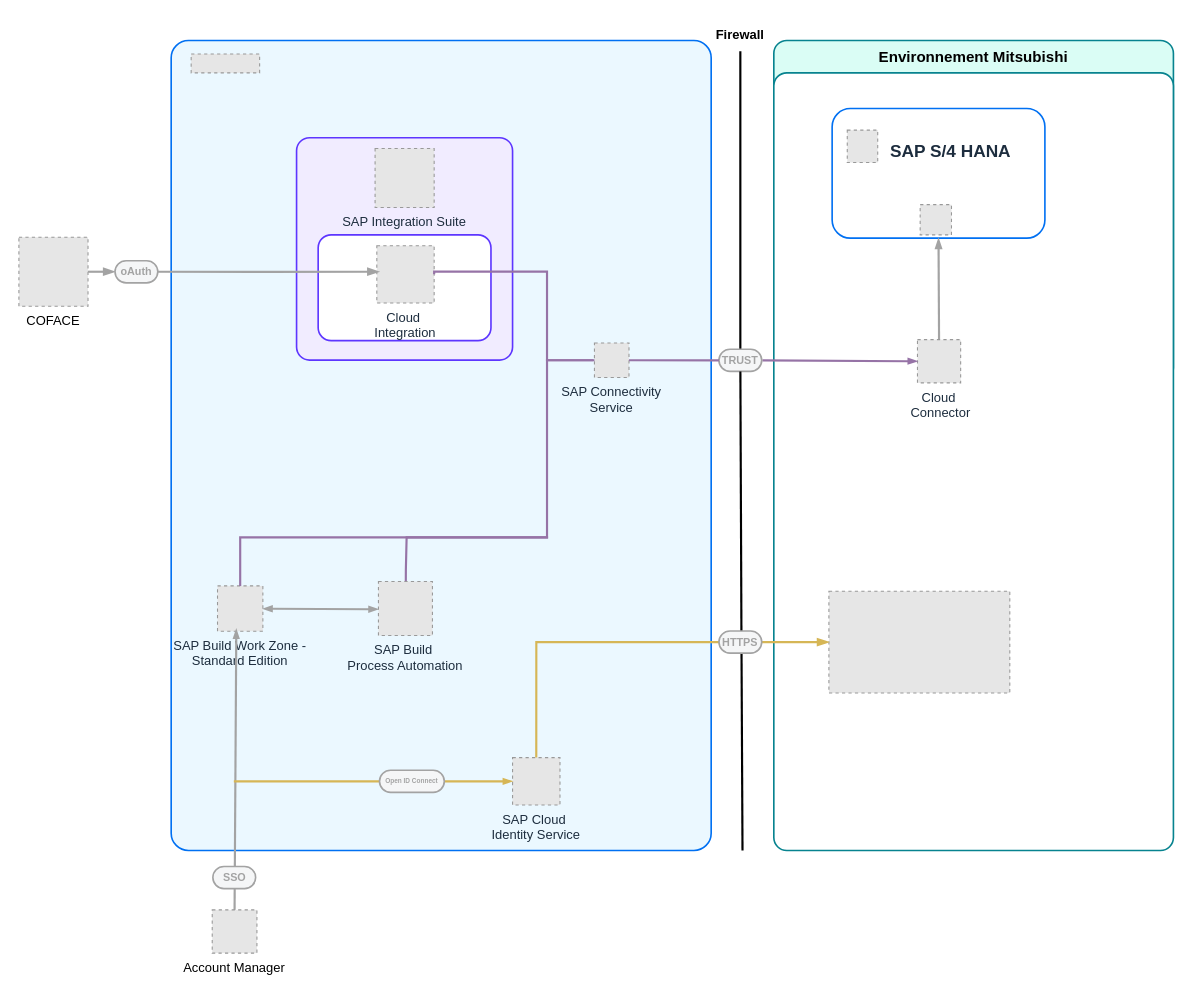
The draw.io diagram page "Page-2" (2 of 2) of Workflow.drawio in MikaPaP/ArchiWorkflow, before the edit. Source tidied: cells renumbered, new cells numbered last; positions are measured from the earlier drawing's top-left corner, leaving out a move shared by most shapes. Both pictures are drawn from the tidied source at 108%, with x=0, y=0 at pixel (18, 18). Pictures stored in the file or linked from it are replaced by grey dashed boxes.
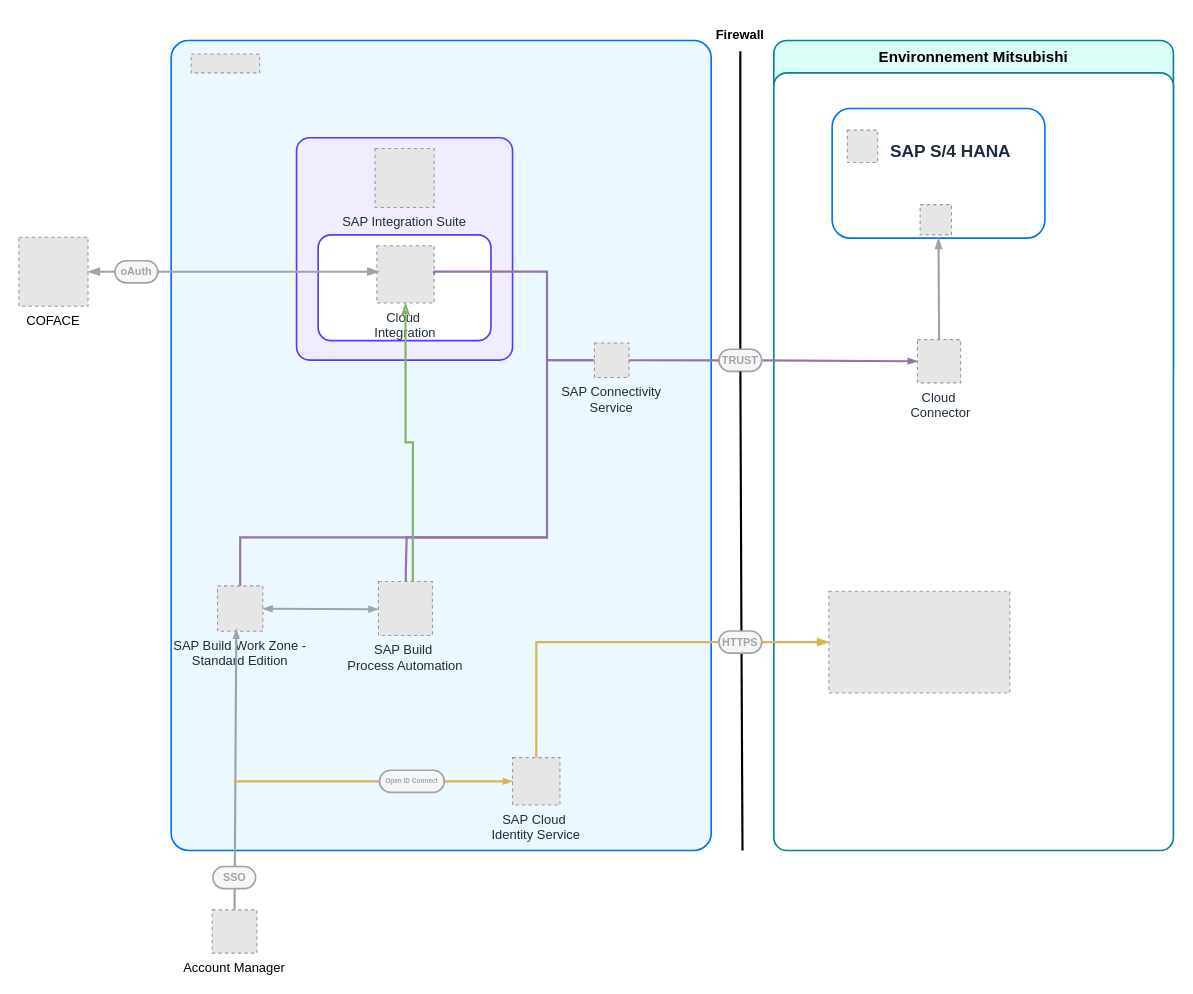
Above is the later version.

Commit message:
Mettre à jour Workflow.drawio

Unchanged cells that the change refers to:
```xml
<mxCell id="11" style="group;" parent="10" vertex="1">
  <mxGeometry x="-10" width="390" height="720" as="geometry" />
</mxCell>
<mxCell id="27" value="Cloud &#10;Integration" style="fillColor=#E6E6E6;strokeColor=#999999;dashed=1;verticalLabelPosition=bottom;verticalAlign=top;fontStyle=0;fontSize=12;fontColor=#1D2D3E;" parent="11" vertex="1">
  <mxGeometry x="80.4" y="160" width="53.1" height="53.1" as="geometry" />
</mxCell>
<mxCell id="29" value="SAP Build &#10;Process Automation" style="fillColor=#E6E6E6;strokeColor=#999999;dashed=1;verticalLabelPosition=bottom;verticalAlign=top;fontStyle=0;fontSize=12;fontColor=#1D2D3E;" parent="11" vertex="1">
  <mxGeometry x="81.9" y="471" width="50" height="50" as="geometry" />
</mxCell>
<mxCell id="34" value="COFACE" style="fillColor=#E6E6E6;strokeColor=#999999;dashed=1;verticalLabelPosition=bottom;verticalAlign=top;" parent="1" vertex="1">
  <mxGeometry y="202.1" width="64" height="64" as="geometry" />
</mxCell>
<mxCell id="46" value="&lt;p style=&quot;line-height: 114%;&quot;&gt;&lt;font color=&quot;#a3a3a3&quot; size=&quot;1&quot;&gt;&lt;b style=&quot;&quot;&gt;oAuth&lt;/b&gt;&lt;/font&gt;&lt;/p&gt;" style="rounded=1;whiteSpace=wrap;html=1;arcSize=50;strokeColor=#A3A3A3;fillColor=#f5f6f7;fontColor=#266f3a;strokeWidth=1.5;" parent="1" vertex="1">
  <mxGeometry x="89" y="223.9" width="39.6" height="20.5" as="geometry" />
</mxCell>
```

What changed in the source:
```diff
@@
+    <mxCell id="47" style="edgeStyle=orthogonalEdgeStyle;rounded=0;jettySize=auto;html=1;exitX=0.637;exitY=0.071;exitDx=0;exitDy=0;exitPerimeter=0;endArrow=classicThin;endFill=0;fillColor=#d5e8d4;strokeColor=#82b366;strokeWidth=2;" parent="11" edge="1" source="29" target="27">
+      <mxGeometry relative="1" as="geometry" />
+    </mxCell>
@@
-    <mxCell id="38" style="edgeStyle=orthogonalEdgeStyle;rounded=0;jettySize=auto;html=1;exitX=1;exitY=0.5;exitDx=0;exitDy=0;entryX=0;entryY=0.5;entryDx=0;entryDy=0;entryPerimeter=0;strokeWidth=2;endArrow=blockThin;endFill=1;strokeColor=#A3A3A3;" parent="1" edge="1" source="46">
+    <mxCell id="38" style="edgeStyle=orthogonalEdgeStyle;rounded=0;jettySize=auto;html=1;exitX=1;exitY=0.5;exitDx=0;exitDy=0;entryX=0;entryY=0.5;entryDx=0;entryDy=0;entryPerimeter=0;strokeWidth=2;endArrow=blockThin;endFill=1;strokeColor=#A3A3A3;startArrow=blockThin;startFill=1;" parent="1" edge="1" source="34">
       <mxGeometry relative="1" as="geometry">
         <mxPoint x="333.6" y="234.1" as="targetPoint" />
       </mxGeometry>
     </mxCell>
@@
-    <mxCell id="45" style="edgeStyle=orthogonalEdgeStyle;rounded=0;jettySize=auto;html=1;exitX=1;exitY=0.5;exitDx=0;exitDy=0;entryX=0;entryY=0.5;entryDx=0;entryDy=0;entryPerimeter=0;strokeWidth=2;endArrow=blockThin;endFill=1;strokeColor=#A3A3A3;" parent="1" edge="1" source="34" target="46">
-      <mxGeometry relative="1" as="geometry" />
-    </mxCell>
```
